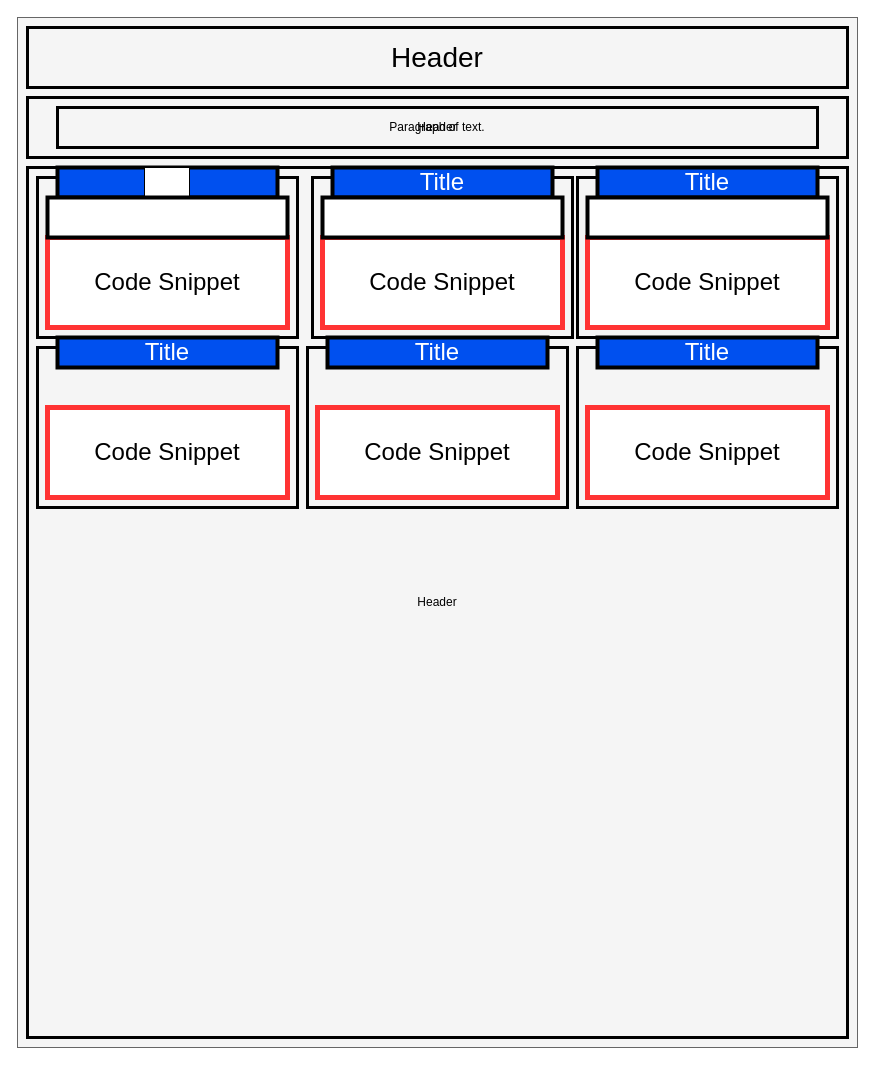
Before: Main/wireframe.drawio in paullsshin/Mini-Project, a draw.io diagram. Source tidied: cells renumbered, new cells numbered last; positions are measured from the earlier drawing's top-left corner, leaving out a move shared by most shapes. Both pictures are drawn from the tidied source at 100%, with x=0, y=0 at pixel (17, 17).
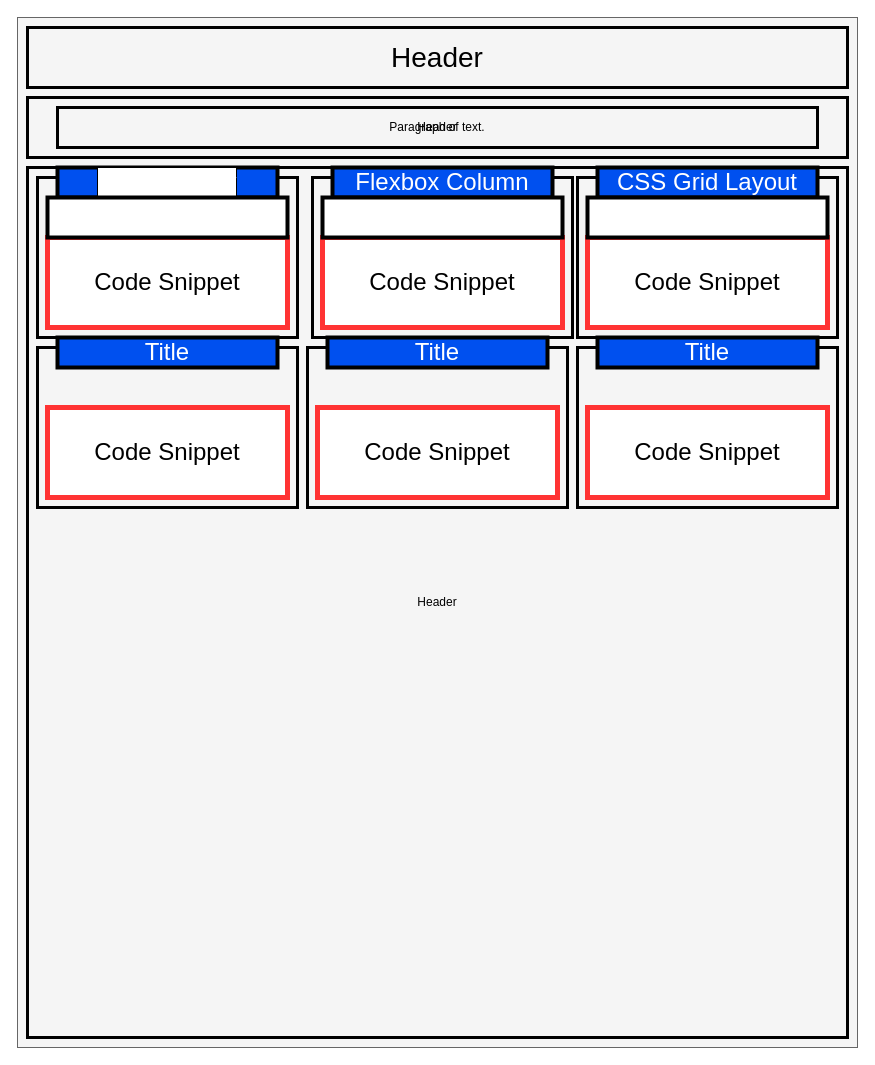
Above is the later version.

Commit message (it also covers changes not shown here):
took out stylesheet

Change to the diagram source:
```diff
@@
-    <mxCell id="22" value="Title" style="rounded=0;whiteSpace=wrap;html=1;fillColor=#0050ef;fontColor=#ffffff;strokeColor=#000000;fontSize=24;strokeWidth=4;labelBackgroundColor=default;labelBorderColor=default;" parent="1" vertex="1">
+    <mxCell id="22" value="Flexbox Row" style="rounded=0;whiteSpace=wrap;html=1;fillColor=#0050ef;fontColor=#ffffff;strokeColor=#000000;fontSize=24;strokeWidth=4;labelBackgroundColor=default;labelBorderColor=default;" parent="1" vertex="1">
       <mxGeometry x="40" y="150" width="220" height="30" as="geometry" />
     </mxCell>
-    <mxCell id="23" value="Title" style="rounded=0;whiteSpace=wrap;html=1;fillColor=#0050ef;fontColor=#ffffff;strokeColor=#000000;fontSize=24;strokeWidth=4;" parent="1" vertex="1">
+    <mxCell id="23" value="Flexbox Column" style="rounded=0;whiteSpace=wrap;html=1;fillColor=#0050ef;fontColor=#ffffff;strokeColor=#000000;fontSize=24;strokeWidth=4;" parent="1" vertex="1">
       <mxGeometry x="315" y="150" width="220" height="30" as="geometry" />
     </mxCell>
-    <mxCell id="24" value="Title" style="rounded=0;whiteSpace=wrap;html=1;fillColor=#0050ef;fontColor=#ffffff;strokeColor=#000000;fontSize=24;strokeWidth=4;" parent="1" vertex="1">
+    <mxCell id="24" value="CSS Grid Layout" style="rounded=0;whiteSpace=wrap;html=1;fillColor=#0050ef;fontColor=#ffffff;strokeColor=#000000;fontSize=24;strokeWidth=4;" parent="1" vertex="1">
       <mxGeometry x="580" y="150" width="220" height="30" as="geometry" />
     </mxCell>
```
